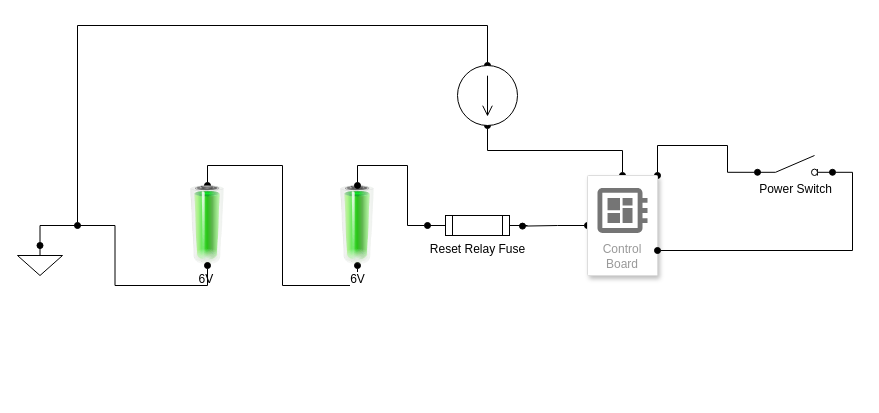
This is RC Toddler.drawio from philipreyes544/BasicElectronics, a draw.io file, before an edit. Source tidied: cells renumbered, new cells numbered last; positions are measured from the earlier drawing's top-left corner, leaving out a move shared by most shapes. Both pictures are drawn from the tidied source at 100%, with x=0, y=0 at pixel (17, 25).
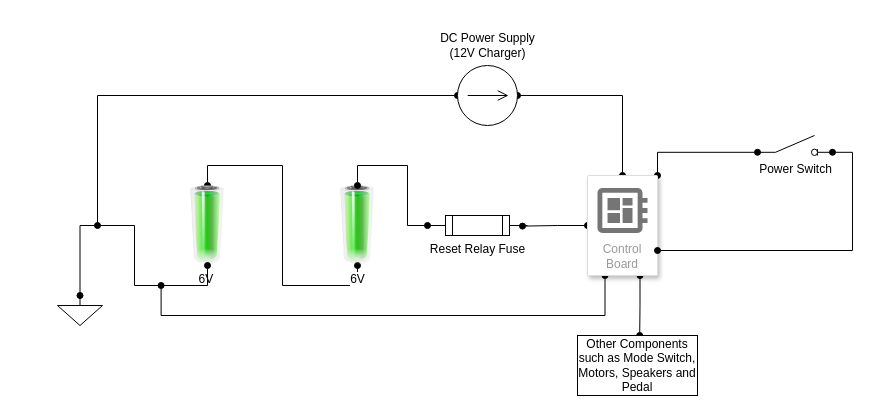
The same page after the edit.

The change refers to these unchanged cells:
```xml
<mxCell id="4" value="6V&amp;nbsp;" style="image;html=1;image=img/lib/clip_art/general/Battery_100_128x128.png;" parent="1" vertex="1">
  <mxGeometry x="150" y="160" width="80" height="80" as="geometry" />
</mxCell>
<mxCell id="13" value="Control Board" style="strokeColor=#dddddd;shadow=1;strokeWidth=1;rounded=1;absoluteArcSize=1;arcSize=2;labelPosition=center;verticalLabelPosition=middle;align=center;verticalAlign=bottom;spacingLeft=0;fontColor=#999999;fontSize=12;whiteSpace=wrap;spacingBottom=2;html=1;" parent="1" vertex="1">
  <mxGeometry x="570" y="150" width="70" height="100" as="geometry" />
</mxCell>
```

Change to the diagram source:
```diff
@@
     <mxCell id="6" style="edgeStyle=orthogonalEdgeStyle;rounded=0;jettySize=auto;html=1;endArrow=oval;endFill=1;startArrow=oval;startFill=1;exitX=0.5;exitY=0;exitDx=0;exitDy=0;exitPerimeter=0;" parent="1" edge="1" source="8">
       <mxGeometry relative="1" as="geometry">
-        <mxPoint x="60" y="200" as="targetPoint" />
+        <mxPoint x="80" y="200" as="targetPoint" />
         <Array as="points">
-          <mxPoint x="470" />
-          <mxPoint x="60" />
+          <mxPoint x="440" y="70" />
+          <mxPoint x="80" y="70" />
         </Array>
       </mxGeometry>
     </mxCell>
@@
-    <mxCell id="8" style="verticalLabelPosition=bottom;shadow=0;dashed=0;align=center;html=1;verticalAlign=top;shape=mxgraph.electrical.signal_sources.source;points=[[0.5,0,0],[1,0.5,0],[0.5,1,0],[0,0.5,0]];elSignalType=dc2;" parent="1" vertex="1">
+    <mxCell id="8" style="verticalLabelPosition=bottom;shadow=0;dashed=0;align=center;html=1;verticalAlign=top;shape=mxgraph.electrical.signal_sources.source;points=[[0.5,0,0],[1,0.5,0],[0.5,1,0],[0,0.5,0]];elSignalType=dc2;direction=north;" parent="1" vertex="1">
       <mxGeometry x="440" y="40" width="60" height="60" as="geometry" />
     </mxCell>
     <mxCell id="9" style="verticalLabelPosition=bottom;shadow=0;dashed=0;align=center;html=1;verticalAlign=top;shape=mxgraph.electrical.signal_sources.signal_ground;" parent="1" vertex="1">
-      <mxGeometry y="220" width="45" height="30" as="geometry" />
+      <mxGeometry x="40" y="270" width="45" height="30" as="geometry" />
     </mxCell>
     <mxCell id="10" style="edgeStyle=orthogonalEdgeStyle;rounded=0;jettySize=auto;html=1;entryX=0.5;entryY=0;entryDx=0;entryDy=0;entryPerimeter=0;exitX=0.5;exitY=1;exitDx=0;exitDy=0;endArrow=oval;endFill=1;startArrow=oval;startFill=1;" parent="1" edge="1" source="4" target="9">
-      <mxGeometry relative="1" as="geometry" />
+      <mxGeometry relative="1" as="geometry">
+        <Array as="points">
+          <mxPoint x="190" y="260" />
+          <mxPoint x="117" y="260" />
+          <mxPoint x="117" y="200" />
+          <mxPoint x="63" y="200" />
+        </Array>
+      </mxGeometry>
     </mxCell>
@@
     <mxCell id="12" style="edgeStyle=orthogonalEdgeStyle;rounded=0;jettySize=auto;html=1;exitX=1;exitY=0;exitDx=0;exitDy=0;startArrow=oval;startFill=1;endArrow=oval;endFill=1;entryX=0;entryY=0.84;entryDx=0;entryDy=0;" parent="1" edge="1" source="13" target="18">
       <mxGeometry relative="1" as="geometry">
         <Array as="points">
-          <mxPoint x="640" y="120" />
-          <mxPoint x="710" y="120" />
+          <mxPoint x="640" y="127" />
         </Array>
       </mxGeometry>
     </mxCell>
+    <mxCell id="19" style="edgeStyle=orthogonalEdgeStyle;rounded=0;jettySize=auto;html=1;exitX=0.75;exitY=1;exitDx=0;exitDy=0;endArrow=oval;endFill=1;startArrow=oval;startFill=1;" parent="1" edge="1" source="13">
+      <mxGeometry relative="1" as="geometry">
+        <mxPoint x="622.2" y="310" as="targetPoint" />
+      </mxGeometry>
+    </mxCell>
+    <mxCell id="20" style="edgeStyle=orthogonalEdgeStyle;rounded=0;jettySize=auto;html=1;exitX=0.25;exitY=1;exitDx=0;exitDy=0;endArrow=oval;endFill=1;startArrow=oval;startFill=1;" parent="1" edge="1" source="13">
+      <mxGeometry relative="1" as="geometry">
+        <mxPoint x="143.6" y="260" as="targetPoint" />
+        <Array as="points">
+          <mxPoint x="587" y="290" />
+          <mxPoint x="144" y="290" />
+        </Array>
+      </mxGeometry>
+    </mxCell>
@@
     <mxCell id="18" value="Power Switch" style="html=1;shape=mxgraph.electrical.electro-mechanical.switchDisconnector;elSwitchState=off;labelPosition=center;verticalLabelPosition=bottom;align=center;verticalAlign=top;" parent="1" vertex="1">
-      <mxGeometry x="740" y="130" width="75" height="20" as="geometry" />
+      <mxGeometry x="740" y="110" width="75" height="20" as="geometry" />
     </mxCell>
+    <mxCell id="21" value="Other Components such as Mode Switch, Motors, Speakers and Pedal" style="rounded=0;whiteSpace=wrap;html=1;" parent="1" vertex="1">
+      <mxGeometry x="560" y="310" width="120" height="60" as="geometry" />
+    </mxCell>
+    <mxCell id="22" value="DC Power Supply&lt;div&gt;(12V Charger)&lt;/div&gt;" style="text;html=1;align=center;verticalAlign=middle;strokeColor=none;fillColor=none;" parent="1" vertex="1">
+      <mxGeometry x="410" width="120" height="40" as="geometry" />
+    </mxCell>
```
